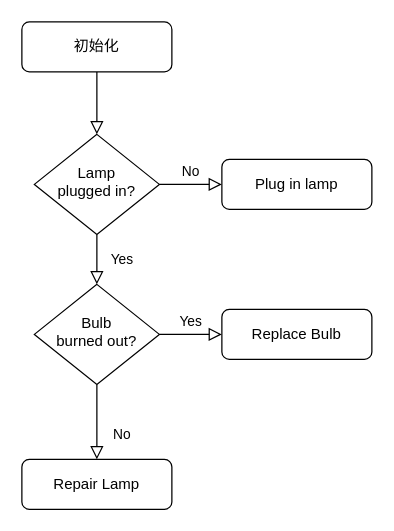
Above: Untitled Diagram.drawio in MiYa-WX/vue-my (draw.io), before the change. Source tidied: cells renumbered, new cells numbered last; positions are measured from the earlier drawing's top-left corner, leaving out a move shared by most shapes. Both pictures are drawn from the tidied source at 125%, with x=0, y=0 at pixel (21, 21).
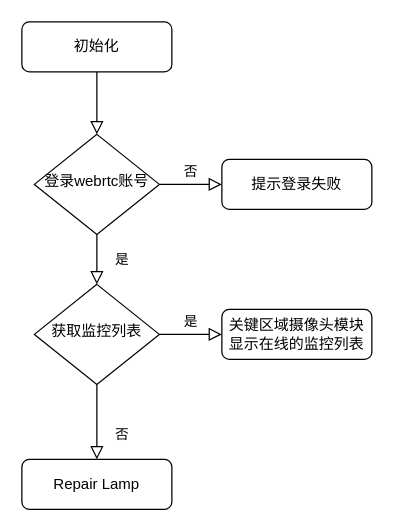
The same page after the edit.

What changed in the source:
```diff
@@
 <mxGraphModel>
   <root>
     <mxCell id="0" />
     <mxCell id="1" parent="0" />
     <mxCell id="2" style="rounded=0;html=1;jettySize=auto;fontSize=11;endArrow=block;endFill=0;endSize=8;strokeWidth=1;shadow=0;labelBackgroundColor=none;edgeStyle=orthogonalEdgeStyle;" parent="1" edge="1" source="3" target="6">
       <mxGeometry relative="1" as="geometry" />
     </mxCell>
     <mxCell id="3" value="初始化" style="rounded=1;whiteSpace=wrap;html=1;fontSize=12;glass=0;strokeWidth=1;shadow=0;" parent="1" vertex="1">
       <mxGeometry width="120" height="40" as="geometry" />
     </mxCell>
-    <mxCell id="4" value="Yes" style="rounded=0;html=1;jettySize=auto;fontSize=11;endArrow=block;endFill=0;endSize=8;strokeWidth=1;shadow=0;labelBackgroundColor=none;edgeStyle=orthogonalEdgeStyle;" parent="1" edge="1" source="6" target="10">
+    <mxCell id="4" value="是" style="rounded=0;html=1;jettySize=auto;fontSize=11;endArrow=block;endFill=0;endSize=8;strokeWidth=1;shadow=0;labelBackgroundColor=none;edgeStyle=orthogonalEdgeStyle;" parent="1" edge="1" source="6" target="10">
       <mxGeometry y="20" relative="1" as="geometry" />
     </mxCell>
-    <mxCell id="5" value="No" style="edgeStyle=orthogonalEdgeStyle;rounded=0;html=1;jettySize=auto;fontSize=11;endArrow=block;endFill=0;endSize=8;strokeWidth=1;shadow=0;labelBackgroundColor=none;" parent="1" edge="1" source="6" target="7">
+    <mxCell id="5" value="否" style="edgeStyle=orthogonalEdgeStyle;rounded=0;html=1;jettySize=auto;fontSize=11;endArrow=block;endFill=0;endSize=8;strokeWidth=1;shadow=0;labelBackgroundColor=none;" parent="1" edge="1" source="6" target="7">
       <mxGeometry y="10" relative="1" as="geometry" />
     </mxCell>
-    <mxCell id="6" value="Lamp&lt;br&gt;plugged in?" style="rhombus;whiteSpace=wrap;html=1;shadow=0;fontFamily=Helvetica;fontSize=12;align=center;strokeWidth=1;spacing=6;spacingTop=-4;" parent="1" vertex="1">
+    <mxCell id="6" value="登录webrtc账号" style="rhombus;whiteSpace=wrap;html=1;shadow=0;fontFamily=Helvetica;fontSize=12;align=center;strokeWidth=1;spacing=6;spacingTop=-4;" parent="1" vertex="1">
       <mxGeometry x="10" y="90" width="100" height="80" as="geometry" />
     </mxCell>
-    <mxCell id="7" value="Plug in lamp" style="rounded=1;whiteSpace=wrap;html=1;fontSize=12;glass=0;strokeWidth=1;shadow=0;" parent="1" vertex="1">
+    <mxCell id="7" value="提示登录失败" style="rounded=1;whiteSpace=wrap;html=1;fontSize=12;glass=0;strokeWidth=1;shadow=0;" parent="1" vertex="1">
       <mxGeometry x="160" y="110" width="120" height="40" as="geometry" />
     </mxCell>
-    <mxCell id="8" value="No" style="rounded=0;html=1;jettySize=auto;fontSize=11;endArrow=block;endFill=0;endSize=8;strokeWidth=1;shadow=0;labelBackgroundColor=none;edgeStyle=orthogonalEdgeStyle;" parent="1" edge="1" source="10" target="11">
+    <mxCell id="8" value="否" style="rounded=0;html=1;jettySize=auto;fontSize=11;endArrow=block;endFill=0;endSize=8;strokeWidth=1;shadow=0;labelBackgroundColor=none;edgeStyle=orthogonalEdgeStyle;" parent="1" edge="1" source="10" target="11">
       <mxGeometry x="0.33" y="20" relative="1" as="geometry" />
     </mxCell>
-    <mxCell id="9" value="Yes" style="edgeStyle=orthogonalEdgeStyle;rounded=0;html=1;jettySize=auto;fontSize=11;endArrow=block;endFill=0;endSize=8;strokeWidth=1;shadow=0;labelBackgroundColor=none;" parent="1" edge="1" source="10" target="12">
+    <mxCell id="9" value="是" style="edgeStyle=orthogonalEdgeStyle;rounded=0;html=1;jettySize=auto;fontSize=11;endArrow=block;endFill=0;endSize=8;strokeWidth=1;shadow=0;labelBackgroundColor=none;" parent="1" edge="1" source="10" target="12">
       <mxGeometry y="10" relative="1" as="geometry" />
     </mxCell>
-    <mxCell id="10" value="Bulb&lt;br&gt;burned out?" style="rhombus;whiteSpace=wrap;html=1;shadow=0;fontFamily=Helvetica;fontSize=12;align=center;strokeWidth=1;spacing=6;spacingTop=-4;" parent="1" vertex="1">
+    <mxCell id="10" value="获取监控列表" style="rhombus;whiteSpace=wrap;html=1;shadow=0;fontFamily=Helvetica;fontSize=12;align=center;strokeWidth=1;spacing=6;spacingTop=-4;" parent="1" vertex="1">
       <mxGeometry x="10" y="210" width="100" height="80" as="geometry" />
     </mxCell>
     <mxCell id="11" value="Repair Lamp" style="rounded=1;whiteSpace=wrap;html=1;fontSize=12;glass=0;strokeWidth=1;shadow=0;" parent="1" vertex="1">
       <mxGeometry y="350" width="120" height="40" as="geometry" />
     </mxCell>
-    <mxCell id="12" value="Replace Bulb" style="rounded=1;whiteSpace=wrap;html=1;fontSize=12;glass=0;strokeWidth=1;shadow=0;" parent="1" vertex="1">
+    <mxCell id="12" value="关键区域摄像头模块显示在线的监控列表" style="rounded=1;whiteSpace=wrap;html=1;fontSize=12;glass=0;strokeWidth=1;shadow=0;" parent="1" vertex="1">
       <mxGeometry x="160" y="230" width="120" height="40" as="geometry" />
     </mxCell>
   </root>
 </mxGraphModel>
```
